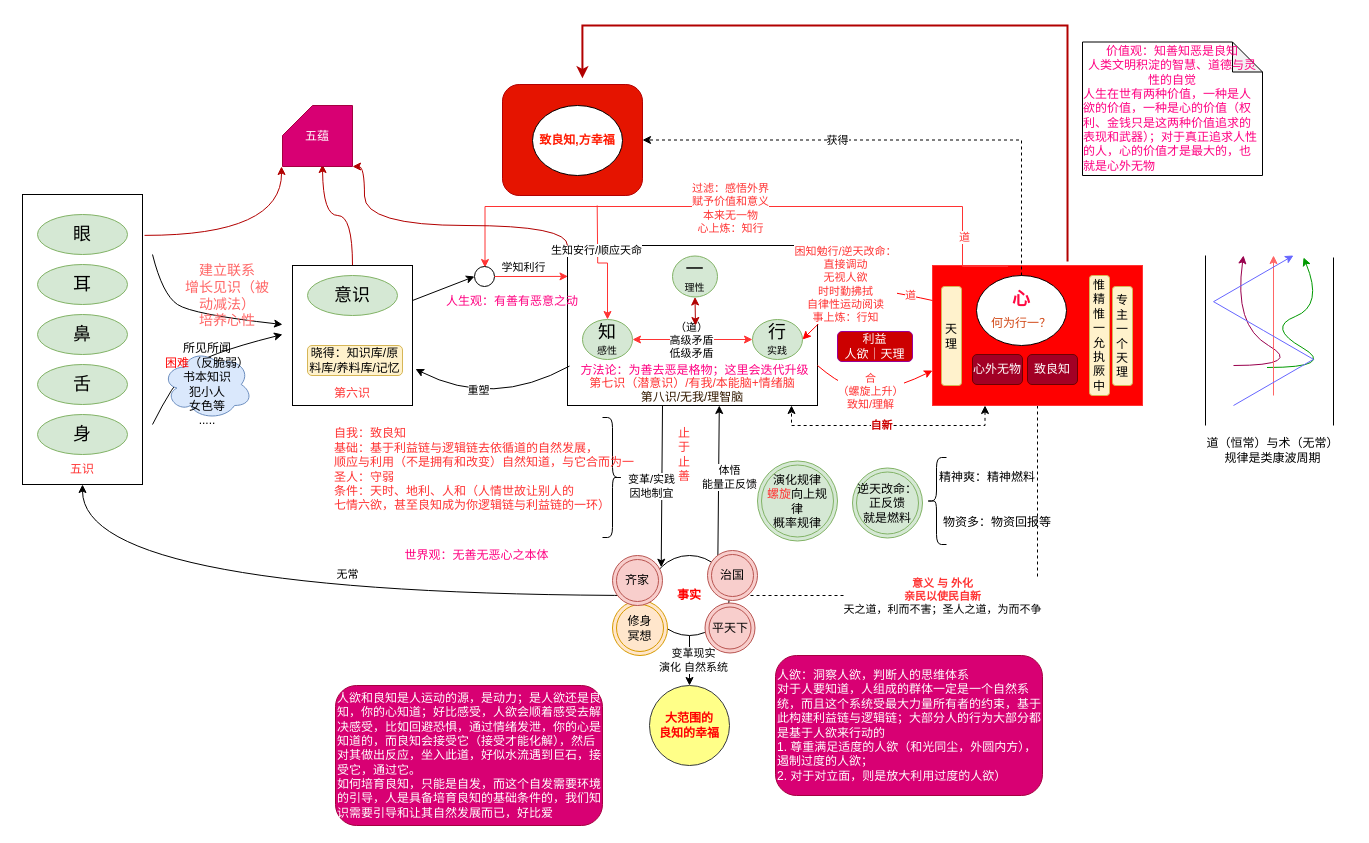
kason-huang/DrawIO keeps this draw.io diagram as page "存天理灭人欲" (3 of 3) of xinxue.drawio. Above is the earlier version. Source tidied: cells renumbered, new cells numbered last; positions are measured from the earlier drawing's top-left corner, leaving out a move shared by most shapes. Both pictures are drawn from the tidied source at 100%, with x=0, y=0 at pixel (17, 25).
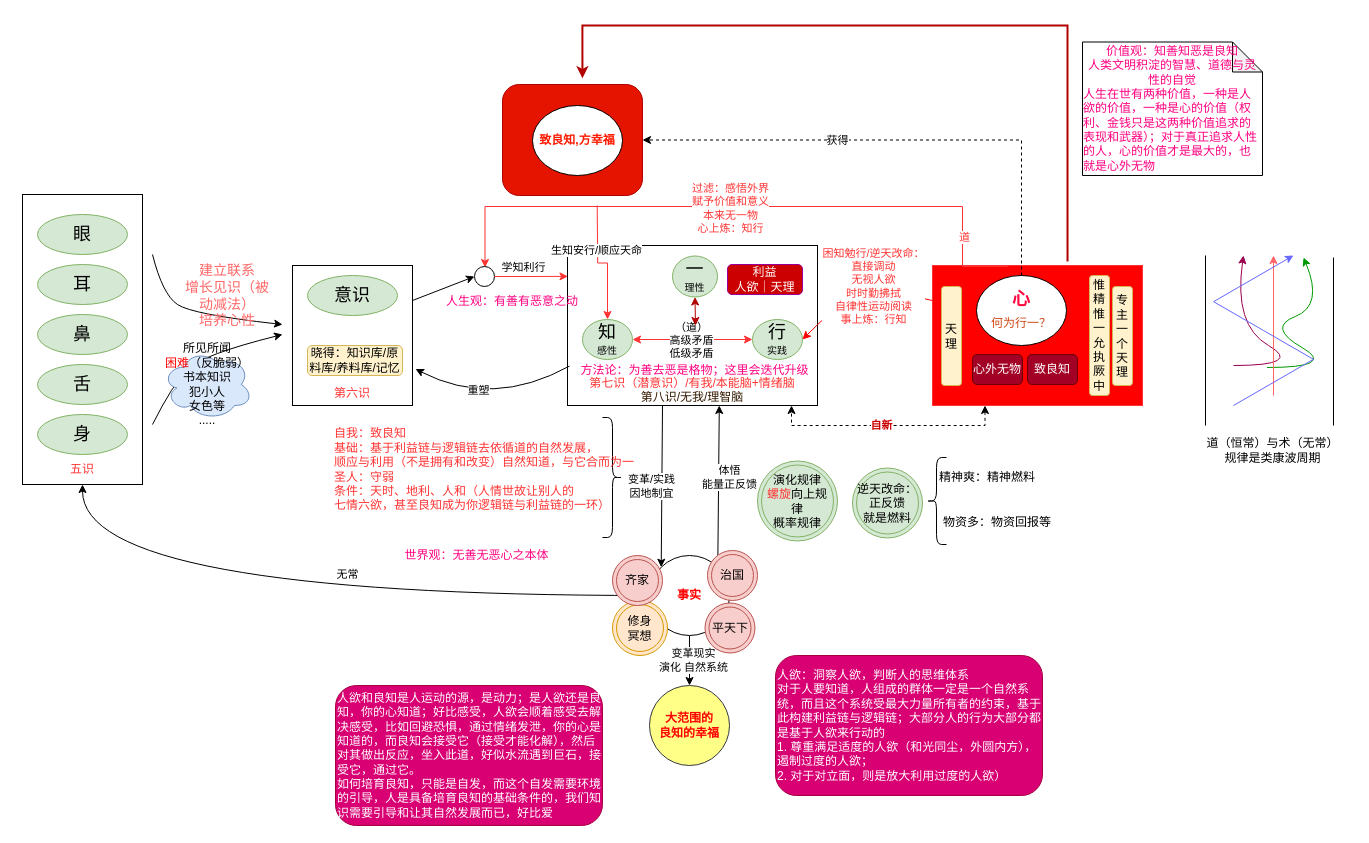
After the change.

The change refers to these unchanged cells:
```xml
<mxCell id="2" value="&lt;font color=&quot;#ff3333&quot;&gt;&lt;br&gt;&lt;br&gt;&lt;br&gt;&lt;br&gt;&lt;br&gt;&lt;br&gt;&lt;br&gt;&lt;br&gt;&lt;br&gt;&lt;br&gt;&lt;br&gt;&lt;br&gt;&lt;br&gt;&lt;br&gt;&lt;br&gt;&lt;br&gt;&lt;br&gt;&lt;br&gt;五识&lt;/font&gt;" style="rounded=0;whiteSpace=wrap;html=1;" parent="1" vertex="1">
  <mxGeometry x="5" y="169" width="120" height="290" as="geometry" />
</mxCell>
<mxCell id="10" value="&lt;br&gt;&lt;br&gt;&lt;br&gt;&lt;br&gt;&lt;br&gt;&lt;br&gt;&lt;br&gt;&lt;br&gt;&lt;font color=&quot;#ff3333&quot;&gt;第六识&lt;/font&gt;" style="rounded=0;whiteSpace=wrap;html=1;" parent="1" vertex="1">
  <mxGeometry x="275" y="240" width="120" height="140" as="geometry" />
</mxCell>
<mxCell id="16" value="&lt;br&gt;&lt;br&gt;&lt;br&gt;&lt;br&gt;&lt;br&gt;&lt;br&gt;&lt;br&gt;&lt;br&gt;&lt;br&gt;&lt;font color=&quot;#ff3333&quot;&gt;第七识（潜意识）/有我/本能脑+情绪脑&lt;/font&gt;&lt;div&gt;&lt;span style=&quot;color: rgb(51, 26, 0);&quot;&gt;第八识/无我/理智脑&lt;/span&gt;&lt;font color=&quot;#ff3333&quot;&gt;&lt;/font&gt;&lt;/div&gt;" style="rounded=0;whiteSpace=wrap;html=1;" parent="1" vertex="1">
  <mxGeometry x="550" y="220" width="250" height="160" as="geometry" />
</mxCell>
<mxCell id="28" style="rounded=0;whiteSpace=wrap;html=1;strokeColor=#FF3333;fillColor=#FF0000;" parent="1" vertex="1">
  <mxGeometry x="915" y="240" width="210" height="140" as="geometry" />
</mxCell>
<mxCell id="34" style="curved=1;endArrow=classic;html=1;rounded=0;entryX=1;entryY=0.5;entryDx=0;entryDy=0;exitX=0;exitY=0.25;exitDx=0;exitDy=0;fillColor=#d80073;strokeColor=#FF0000;" parent="1" edge="1" source="28" target="22">
  <mxGeometry relative="1" as="geometry">
    <Array as="points">
      <mxPoint x="865" y="264" />
      <mxPoint x="835" y="264" />
    </Array>
  </mxGeometry>
</mxCell>
<mxCell id="47" value="&lt;div&gt;&lt;font color=&quot;#ff0000&quot;&gt;&lt;b&gt;事实&lt;/b&gt;&lt;/font&gt;&lt;/div&gt;" style="ellipse;whiteSpace=wrap;html=1;" parent="1" vertex="1">
  <mxGeometry x="632" y="530" width="80" height="80" as="geometry" />
</mxCell>
```

Change to the diagram source:
```diff
@@
-    <mxCell id="9" style="edgeStyle=orthogonalEdgeStyle;rounded=0;jettySize=auto;html=1;exitX=0.5;exitY=0;exitDx=0;exitDy=0;entryX=0;entryY=0.5;entryDx=0;entryDy=0;fillColor=#e51400;strokeColor=#B20000;curved=1;" parent="1" edge="1" source="10">
-      <mxGeometry relative="1" as="geometry">
-        <mxPoint x="305" y="139" as="targetPoint" />
-      </mxGeometry>
-    </mxCell>
@@
-    <mxCell id="26" style="edgeStyle=orthogonalEdgeStyle;rounded=0;jettySize=auto;html=1;exitX=0.5;exitY=1;exitDx=0;exitDy=0;entryX=1;entryY=0.5;entryDx=0;entryDy=0;dashed=1;" parent="1" edge="1" source="28" target="47">
-      <mxGeometry relative="1" as="geometry" />
-    </mxCell>
-    <mxCell id="27" value="&lt;b&gt;&lt;font color=&quot;#ff3333&quot;&gt;意义 与 外化&lt;br&gt;亲民以使民自新&lt;br&gt;&lt;/font&gt;&lt;/b&gt;天之道，利而不害；圣人之道，为而不争&lt;b&gt;&lt;font color=&quot;#ff3333&quot;&gt;&lt;br&gt;&lt;/font&gt;&lt;/b&gt;" style="edgeLabel;html=1;align=center;verticalAlign=middle;" parent="26" vertex="1">
-      <mxGeometry x="0.15" relative="1" as="geometry" />
-    </mxCell>
@@
     <mxCell id="35" value="&lt;font color=&quot;#ff3333&quot;&gt;困知勉行/逆天改命：&lt;br&gt;直接调动&lt;br&gt;无视人欲&lt;br&gt;时时勤拂拭&lt;br&gt;自律性运动阅读&lt;br&gt;事上炼：行知&lt;br&gt;&lt;/font&gt;" style="edgeLabel;html=1;align=center;verticalAlign=middle;" parent="34" vertex="1">
       <mxGeometry x="0.07" y="3" relative="1" as="geometry">
-        <mxPoint x="-10" y="-7" as="offset" />
+        <mxPoint x="18" y="-5" as="offset" />
       </mxGeometry>
     </mxCell>
-    <mxCell id="36" value="&lt;font color=&quot;#ff3333&quot;&gt;道&lt;/font&gt;" style="edgeLabel;html=1;align=center;verticalAlign=middle;" parent="34" vertex="1">
-      <mxGeometry x="-0.69" y="1" relative="1" as="geometry">
-        <mxPoint x="1" y="-1" as="offset" />
-      </mxGeometry>
-    </mxCell>
-    <mxCell id="37" style="curved=1;endArrow=classic;html=1;rounded=0;entryX=0;entryY=0.75;entryDx=0;entryDy=0;exitX=1;exitY=0.75;exitDx=0;exitDy=0;fillColor=#d80073;strokeColor=#FF0000;" parent="1" edge="1" source="16" target="28">
-      <mxGeometry relative="1" as="geometry">
-        <Array as="points">
-          <mxPoint x="835" y="370" />
-          <mxPoint x="885" y="360" />
-        </Array>
-      </mxGeometry>
-    </mxCell>
-    <mxCell id="38" value="&lt;font color=&quot;#ff3333&quot;&gt;合&lt;br&gt;（螺旋上升）&lt;br&gt;致知/理解&lt;br&gt;&lt;/font&gt;" style="edgeLabel;html=1;align=center;verticalAlign=middle;" parent="37" vertex="1">
-      <mxGeometry x="-0.02" y="1" relative="1" as="geometry" />
-    </mxCell>
@@
-    <mxCell id="52" value="&lt;font color=&quot;#ff3333&quot;&gt;止&lt;br&gt;于&lt;br&gt;止&lt;br&gt;善&lt;/font&gt;" style="text;html=1;strokeColor=none;fillColor=none;align=center;verticalAlign=middle;whiteSpace=wrap;rounded=0;" parent="1" vertex="1">
-      <mxGeometry x="657" y="399" width="20" height="60" as="geometry" />
-    </mxCell>
@@
-    <mxCell id="83" style="edgeStyle=orthogonalEdgeStyle;rounded=0;jettySize=auto;html=1;exitX=1.017;exitY=0.141;exitDx=0;exitDy=0;entryX=-0.033;entryY=-0.012;entryDx=0;entryDy=0;entryPerimeter=0;curved=1;exitPerimeter=0;fillColor=#e51400;strokeColor=#B20000;" parent="1" edge="1" source="2">
-      <mxGeometry relative="1" as="geometry">
-        <mxPoint x="264" y="141" as="targetPoint" />
-      </mxGeometry>
-    </mxCell>
-    <mxCell id="84" style="edgeStyle=orthogonalEdgeStyle;rounded=0;jettySize=auto;html=1;exitX=0;exitY=0;exitDx=0;exitDy=0;entryX=1;entryY=1;entryDx=0;entryDy=0;entryPerimeter=0;curved=1;fillColor=#e51400;strokeColor=#B20000;" parent="1" edge="1" source="16" target="85">
-      <mxGeometry relative="1" as="geometry">
-        <Array as="points">
-          <mxPoint x="550" y="200" />
-          <mxPoint x="347" y="200" />
-          <mxPoint x="347" y="141" />
-        </Array>
-      </mxGeometry>
-    </mxCell>
-    <mxCell id="85" value="五蕴" style="shape=card;whiteSpace=wrap;html=1;fillColor=#d80073;fontColor=#ffffff;strokeColor=#A50040;" parent="1" vertex="1">
-      <mxGeometry x="265" y="80" width="70" height="61" as="geometry" />
-    </mxCell>
@@
     <mxCell id="90" value="&lt;font color=&quot;#ffffff&quot;&gt;利益&lt;/font&gt;&lt;div&gt;&lt;font color=&quot;#ffffff&quot;&gt;人欲｜天理&lt;/font&gt;&lt;/div&gt;" style="rounded=1;whiteSpace=wrap;html=1;fillColor=#CC0000;strokeColor=#990099;" parent="1" vertex="1">
-      <mxGeometry x="820" y="306" width="75" height="30" as="geometry" />
+      <mxGeometry x="710" y="239" width="75" height="30" as="geometry" />
     </mxCell>
```
